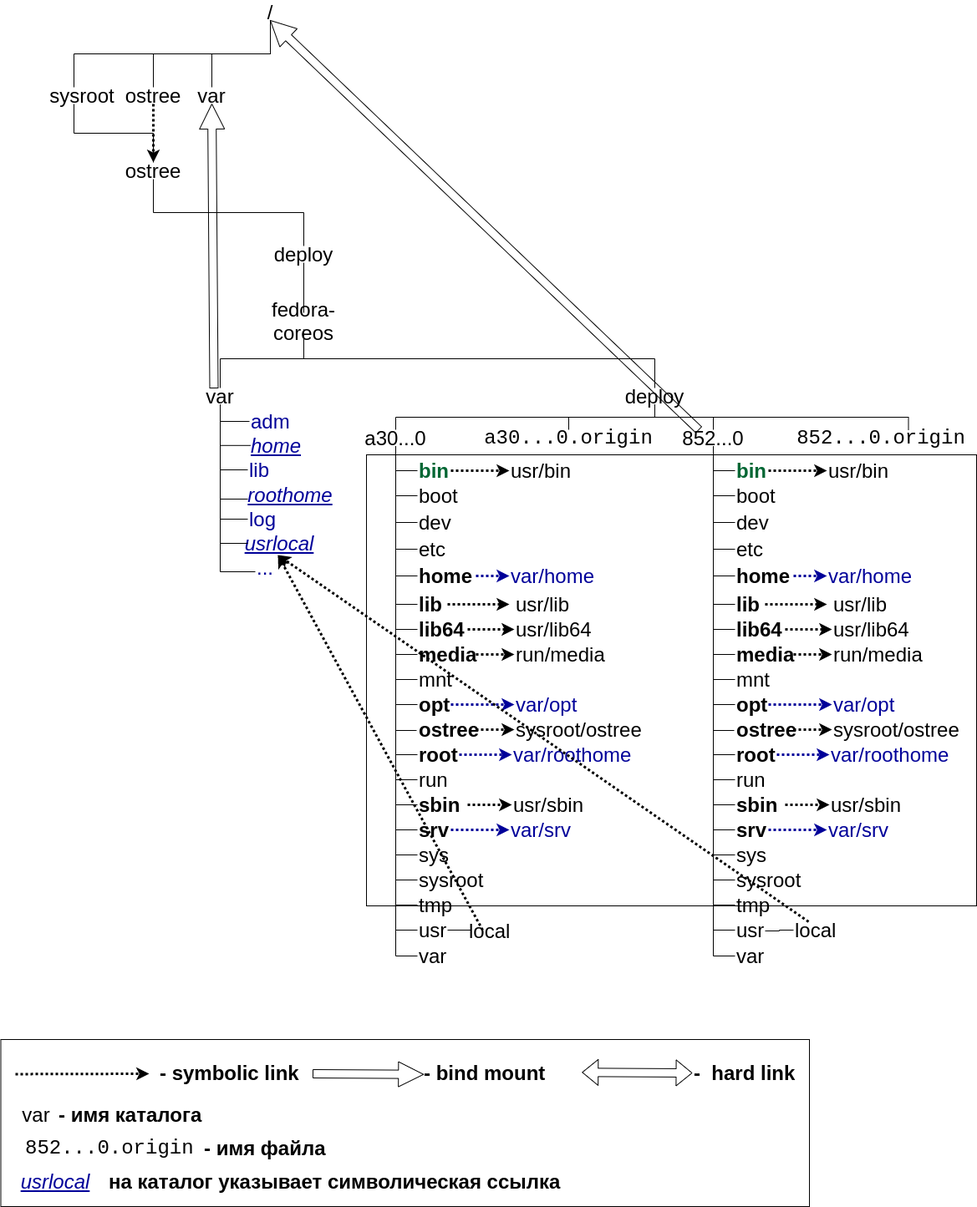
This is Fedora-CoreOs/ostree/Images/stateroot.png from kafnevod/ALT-CoreOs, a draw.io export, as it was before one commit. Source tidied: cells renumbered, new cells last; positions are measured from the earlier drawing's top-left corner, leaving out a move shared by most shapes.
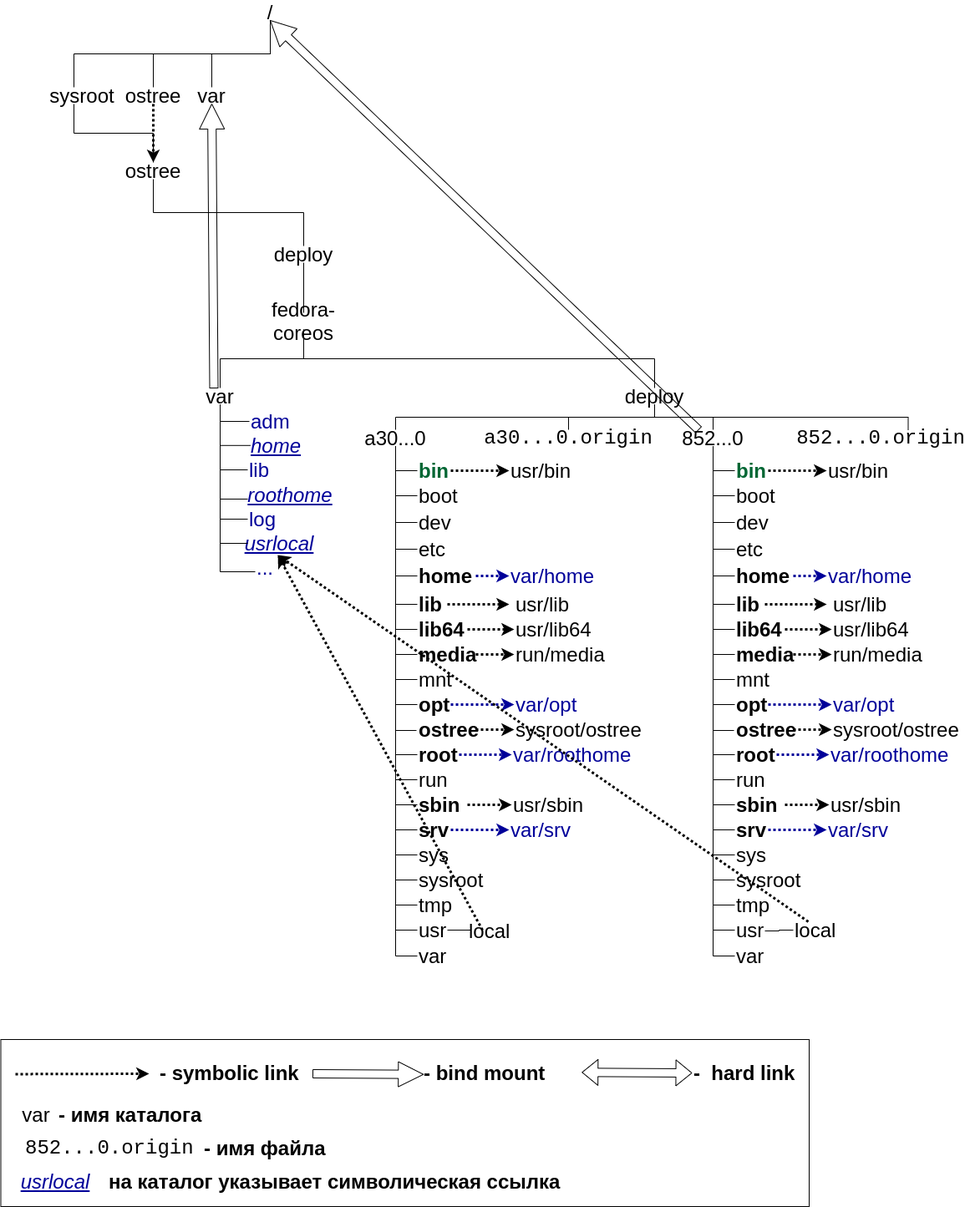
After the commit.

What changed in the source:
```diff
@@ -2,9 +2,6 @@
   <root>
     <mxCell id="0" />
     <mxCell id="1" parent="0" />
-    <mxCell id="2" style="rounded=0;whiteSpace=wrap;html=1;strokeWidth=1;fillColor=none;" parent="1" vertex="1">
-      <mxGeometry x="438" y="540" width="730" height="540" as="geometry" />
-    </mxCell>
     <mxCell id="3" value="&lt;span style=&quot;font-size: 24px&quot;&gt;sysroot&lt;/span&gt;" style="text;html=1;strokeColor=none;fillColor=none;align=center;verticalAlign=middle;whiteSpace=wrap;rounded=0;strokeWidth=124;" parent="1" vertex="1">
       <mxGeometry x="78" y="100" width="40" height="20" as="geometry" />
     </mxCell>
```
